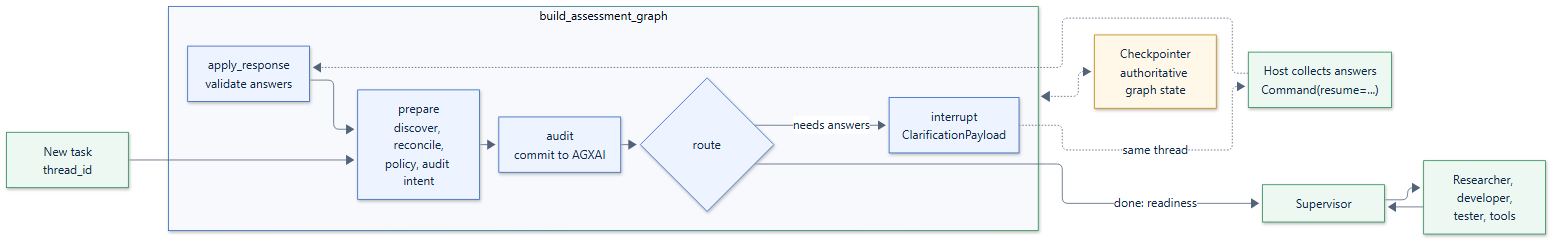
Before: docs/assets/diagrams/langgraph-integration.png, a diagram exported from Mermaid (smuniharish/sufficiency-engine). Its source is kept beside it as diagrams/langgraph-integration.mmd. Source of this version:
```mermaid
flowchart LR
    classDef app fill:#ecf8f1,stroke:#2f8f5b,color:#0f2547
    classDef core fill:#eef4ff,stroke:#3567c7,color:#0f2547
    classDef provider fill:#fff7e8,stroke:#c98a12,color:#0f2547

    entry["New task<br/>thread_id"]:::app

    subgraph Readiness["build_assessment_graph"]
        prepare["prepare<br/>discover, reconcile,<br/>policy, audit intent"]:::core
        audit["audit<br/>commit to AGXAI"]:::core
        route{"route"}:::core
        pause["interrupt<br/>ClarificationPayload"]:::core
        apply["apply_response<br/>validate answers"]:::core
    end

    host["Host collects answers<br/>Command(resume=...)"]:::app
    checkpointer["Checkpointer<br/>authoritative graph state"]:::provider
    supervisor["Supervisor"]:::app
    workers["Researcher, developer,<br/>tester, tools"]:::app

    entry --> prepare --> audit --> route
    route -- "needs answers" --> pause
    pause -. "same thread" .-> host -.-> apply
    apply --> prepare
    route -- "done: readiness" --> supervisor --> workers --> supervisor
    Readiness <-.-> checkpointer
```
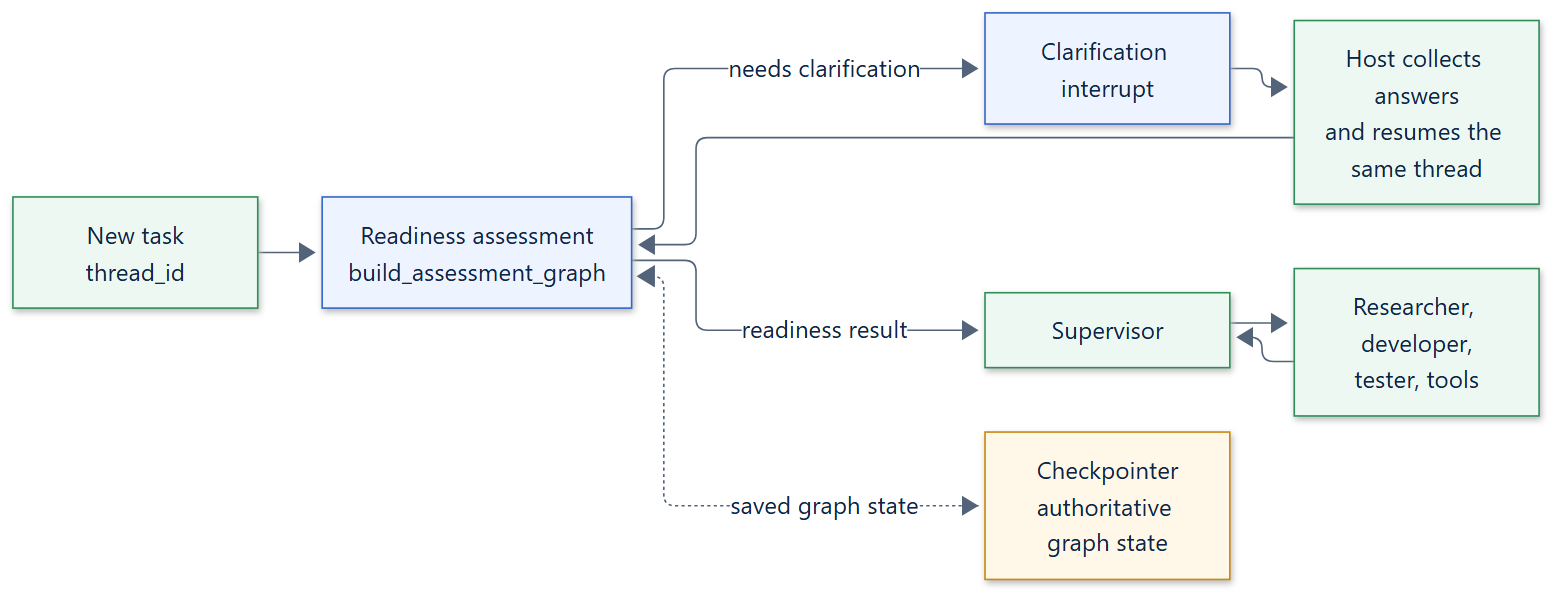
Later version of the same file.

The edit, as a diff of the source:
```diff
@@ -5,22 +5,14 @@
 
     entry["New task<br/>thread_id"]:::app
 
-    subgraph Readiness["build_assessment_graph"]
-        prepare["prepare<br/>discover, reconcile,<br/>policy, audit intent"]:::core
-        audit["audit<br/>commit to AGXAI"]:::core
-        route{"route"}:::core
-        pause["interrupt<br/>ClarificationPayload"]:::core
-        apply["apply_response<br/>validate answers"]:::core
-    end
-
-    host["Host collects answers<br/>Command(resume=...)"]:::app
+    readiness["Readiness assessment<br/>build_assessment_graph"]:::core
+    interrupt["Clarification interrupt"]:::core
+    host["Host collects answers<br/>and resumes the same thread"]:::app
     checkpointer["Checkpointer<br/>authoritative graph state"]:::provider
     supervisor["Supervisor"]:::app
     workers["Researcher, developer,<br/>tester, tools"]:::app
 
-    entry --> prepare --> audit --> route
-    route -- "needs answers" --> pause
-    pause -. "same thread" .-> host -.-> apply
-    apply --> prepare
-    route -- "done: readiness" --> supervisor --> workers --> supervisor
-    Readiness <-.-> checkpointer
+    entry --> readiness
+    readiness -- "needs clarification" --> interrupt --> host --> readiness
+    readiness -- "readiness result" --> supervisor --> workers --> supervisor
+    readiness <-. "saved graph state" .-> checkpointer
```
